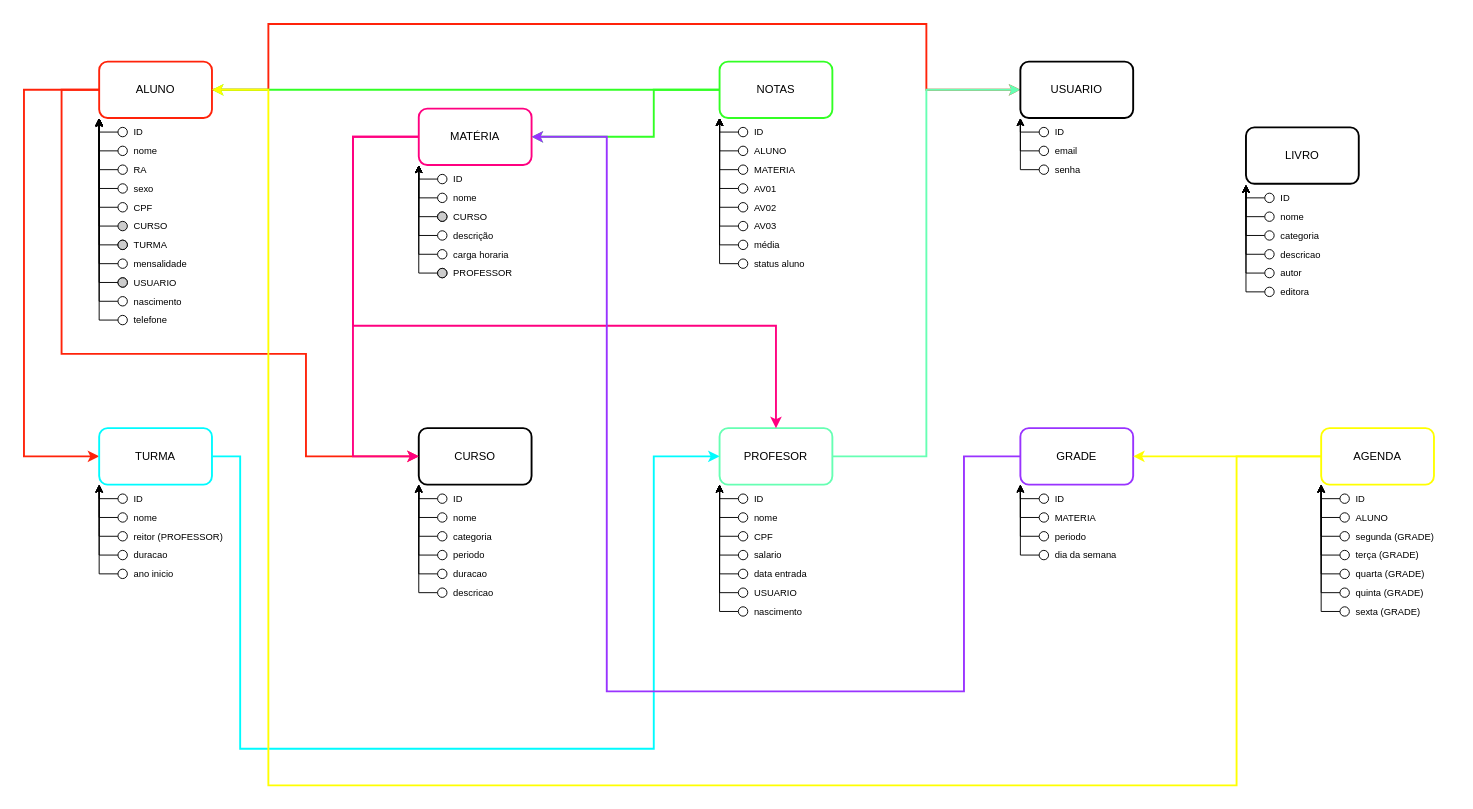
Earlier version of the draw.io diagram diagrama.drawio (joao-montanari/SIAportal-backend). Source tidied: cells renumbered, new cells numbered last; positions are measured from the earlier drawing's top-left corner, leaving out a move shared by most shapes. Both pictures are drawn from the tidied source at 94%, with x=0, y=0 at pixel (24, 24).
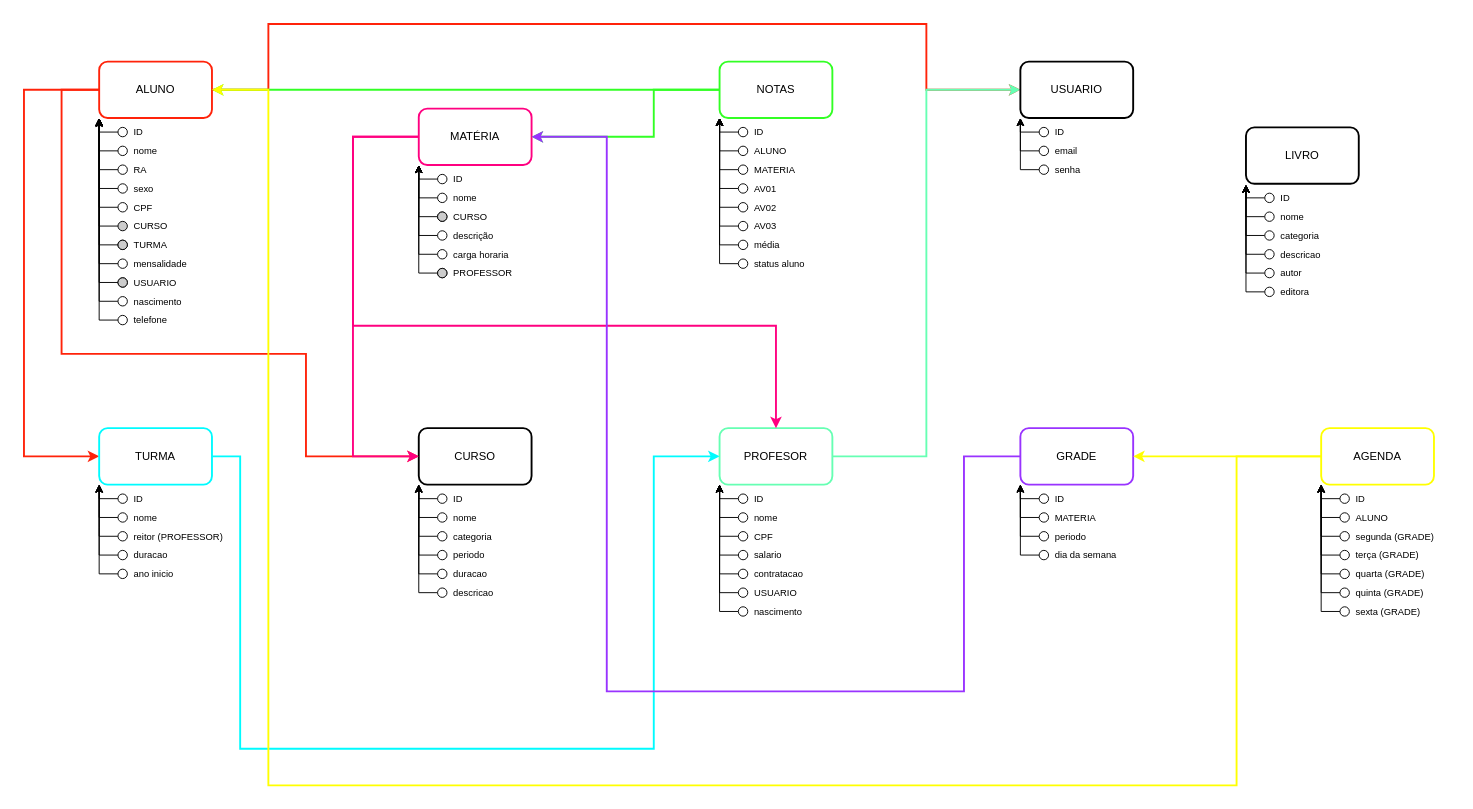
After the change.

Change to the diagram source:
```diff
@@
-    <mxCell id="127" value="data entrada" style="text;html=1;align=left;verticalAlign=middle;strokeColor=none;fillColor=none;fontSize=10;" parent="1" vertex="1">
+    <mxCell id="127" value="contratacao" style="text;html=1;align=left;verticalAlign=middle;strokeColor=none;fillColor=none;fontSize=10;" parent="1" vertex="1">
       <mxGeometry x="775" y="570" width="80" height="30" as="geometry" />
     </mxCell>
```
